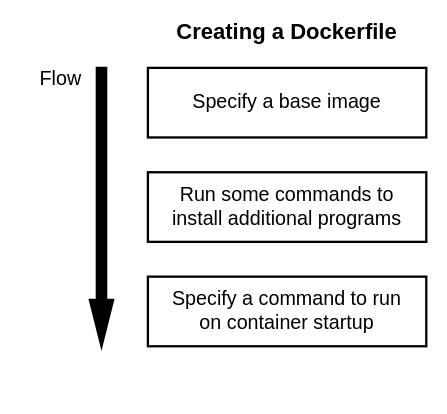
This is docker/Dockerfile Flow.drawio from micheal08/mylearningdata, a draw.io file, before an edit. Source tidied: cells renumbered, new cells numbered last; positions are measured from the earlier drawing's top-left corner, leaving out a move shared by most shapes. Both pictures are drawn from the tidied source at 116%, with x=0, y=0 at pixel (20, 21).
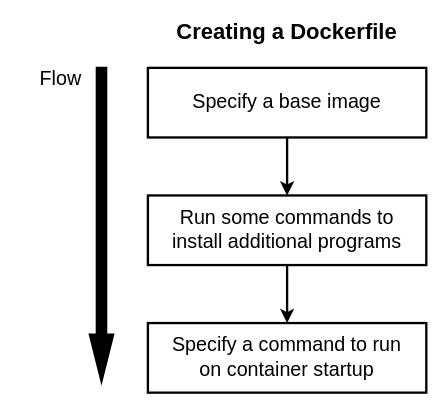
The same diagram, later.

What changed in the source:
```diff
@@
 <mxGraphModel>
   <root>
     <mxCell id="0" />
     <mxCell id="1" parent="0" />
+    <mxCell id="11" style="edgeStyle=orthogonalEdgeStyle;rounded=0;jettySize=auto;html=1;fontFamily=Helvetica;fontSize=17;strokeWidth=2;" parent="1" edge="1" source="2" target="4">
+      <mxGeometry relative="1" as="geometry" />
+    </mxCell>
     <mxCell id="2" style="rounded=0;whiteSpace=wrap;html=1;strokeWidth=2;" parent="1" vertex="1">
       <mxGeometry x="110" y="40" width="240" height="60" as="geometry" />
     </mxCell>
     <mxCell id="3" style="rounded=0;whiteSpace=wrap;html=1;strokeWidth=2;" parent="1" vertex="1">
-      <mxGeometry x="110" y="220" width="240" height="60" as="geometry" />
+      <mxGeometry x="110" y="260" width="240" height="60" as="geometry" />
     </mxCell>
+    <mxCell id="12" style="edgeStyle=orthogonalEdgeStyle;rounded=0;jettySize=auto;html=1;fontFamily=Helvetica;fontSize=17;strokeWidth=2;" parent="1" edge="1" source="4">
+      <mxGeometry relative="1" as="geometry">
+        <mxPoint x="230" y="260" as="targetPoint" />
+      </mxGeometry>
+    </mxCell>
     <mxCell id="4" style="rounded=0;whiteSpace=wrap;html=1;strokeWidth=2;" parent="1" vertex="1">
-      <mxGeometry x="110" y="130" width="240" height="60" as="geometry" />
+      <mxGeometry x="110" y="150" width="240" height="60" as="geometry" />
     </mxCell>
     <mxCell id="5" style="html=1;shadow=0;dashed=0;align=center;verticalAlign=middle;shape=mxgraph.arrows2.arrow;dy=0.6;dx=40;direction=south;notch=0;strokeWidth=2;fillColor=#000000;" parent="1" vertex="1">
-      <mxGeometry x="60" y="40" width="20" height="240" as="geometry" />
+      <mxGeometry x="60" y="40" width="20" height="270" as="geometry" />
     </mxCell>
     <mxCell id="6" value="Creating a Dockerfile" style="text;html=1;strokeColor=none;fillColor=none;align=center;verticalAlign=middle;whiteSpace=wrap;rounded=0;strokeWidth=1;fontStyle=1;fontSize=19;fontFamily=Helvetica;" parent="1" vertex="1">
       <mxGeometry x="110" width="240" height="20" as="geometry" />
     </mxCell>
     <mxCell id="7" value="Flow" style="text;html=1;strokeColor=none;fillColor=none;align=center;verticalAlign=middle;whiteSpace=wrap;rounded=0;strokeWidth=1;fontStyle=0;fontSize=17;fontFamily=Helvetica;" parent="1" vertex="1">
       <mxGeometry y="40" width="70" height="20" as="geometry" />
     </mxCell>
     <mxCell id="8" value="Specify a base image" style="text;html=1;strokeColor=none;fillColor=none;align=center;verticalAlign=middle;whiteSpace=wrap;rounded=0;strokeWidth=1;fontStyle=0;fontSize=17;fontFamily=Helvetica;" parent="1" vertex="1">
       <mxGeometry x="125" y="60" width="210" height="20" as="geometry" />
     </mxCell>
     <mxCell id="9" value="Run some commands to install additional programs" style="text;html=1;strokeColor=none;fillColor=none;align=center;verticalAlign=middle;whiteSpace=wrap;rounded=0;strokeWidth=1;fontStyle=0;fontSize=17;fontFamily=Helvetica;" parent="1" vertex="1">
-      <mxGeometry x="125" y="150" width="210" height="20" as="geometry" />
+      <mxGeometry x="125" y="170" width="210" height="20" as="geometry" />
     </mxCell>
     <mxCell id="10" value="Specify a command to run on container startup" style="text;html=1;strokeColor=none;fillColor=none;align=center;verticalAlign=middle;whiteSpace=wrap;rounded=0;strokeWidth=1;fontStyle=0;fontSize=17;fontFamily=Helvetica;" parent="1" vertex="1">
-      <mxGeometry x="125" y="240" width="210" height="20" as="geometry" />
+      <mxGeometry x="125" y="280" width="210" height="20" as="geometry" />
     </mxCell>
   </root>
 </mxGraphModel>
```
